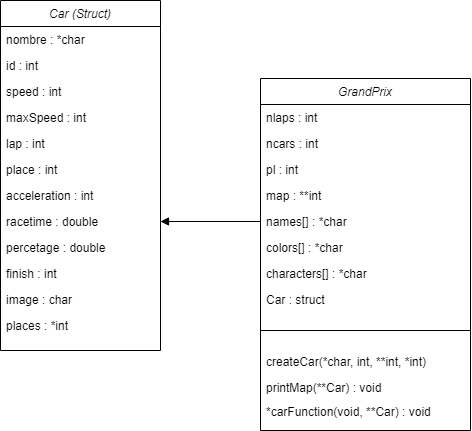
Before: UMLGrandPrix.png, a diagram exported from draw.io (TsawadaTsuna/Grand-prix). Source tidied: cells renumbered, new cells last; positions are measured from the earlier drawing's top-left corner, leaving out a move shared by most shapes. Its diagram source:
```xml
<mxGraphModel>
  <root>
    <mxCell id="0" />
    <mxCell id="1" parent="0" />
    <mxCell id="2" value="Car (Struct)" style="swimlane;fontStyle=2;align=center;verticalAlign=top;horizontal=1;startSize=26;rounded=0;shadow=0;strokeWidth=1;" parent="1" vertex="1">
      <mxGeometry width="160" height="350" as="geometry" />
    </mxCell>
    <mxCell id="3" value="nombre : *char" style="text;align=left;verticalAlign=top;spacingLeft=4;spacingRight=4;overflow=hidden;" parent="2" vertex="1">
      <mxGeometry y="26" width="160" height="26" as="geometry" />
    </mxCell>
    <mxCell id="4" value="id : int" style="text;align=left;verticalAlign=top;spacingLeft=4;spacingRight=4;overflow=hidden;" parent="2" vertex="1">
      <mxGeometry y="52" width="160" height="26" as="geometry" />
    </mxCell>
    <mxCell id="5" value="speed : int" style="text;align=left;verticalAlign=top;spacingLeft=4;spacingRight=4;overflow=hidden;" parent="2" vertex="1">
      <mxGeometry y="78" width="160" height="26" as="geometry" />
    </mxCell>
    <mxCell id="6" value="maxSpeed : int" style="text;align=left;verticalAlign=top;spacingLeft=4;spacingRight=4;overflow=hidden;" parent="2" vertex="1">
      <mxGeometry y="104" width="160" height="26" as="geometry" />
    </mxCell>
    <mxCell id="7" value="lap : int" style="text;align=left;verticalAlign=top;spacingLeft=4;spacingRight=4;overflow=hidden;" parent="2" vertex="1">
      <mxGeometry y="130" width="160" height="26" as="geometry" />
    </mxCell>
    <mxCell id="8" value="place : int" style="text;align=left;verticalAlign=top;spacingLeft=4;spacingRight=4;overflow=hidden;" parent="2" vertex="1">
      <mxGeometry y="156" width="160" height="26" as="geometry" />
    </mxCell>
    <mxCell id="9" value="acceleration : int" style="text;align=left;verticalAlign=top;spacingLeft=4;spacingRight=4;overflow=hidden;" parent="2" vertex="1">
      <mxGeometry y="182" width="160" height="26" as="geometry" />
    </mxCell>
    <mxCell id="10" value="racetime : double" style="text;align=left;verticalAlign=top;spacingLeft=4;spacingRight=4;overflow=hidden;points=[[0,0.5],[1,0.5]];portConstraint=eastwest;" parent="2" vertex="1">
      <mxGeometry y="208" width="160" height="26" as="geometry" />
    </mxCell>
    <mxCell id="11" value="percetage : double" style="text;align=left;verticalAlign=top;spacingLeft=4;spacingRight=4;overflow=hidden;" parent="2" vertex="1">
      <mxGeometry y="234" width="160" height="26" as="geometry" />
    </mxCell>
    <mxCell id="12" value="finish : int" style="text;align=left;verticalAlign=top;spacingLeft=4;spacingRight=4;overflow=hidden;" parent="2" vertex="1">
      <mxGeometry y="260" width="160" height="26" as="geometry" />
    </mxCell>
    <mxCell id="13" value="image : char" style="text;align=left;verticalAlign=top;spacingLeft=4;spacingRight=4;overflow=hidden;" parent="2" vertex="1">
      <mxGeometry y="286" width="160" height="26" as="geometry" />
    </mxCell>
    <mxCell id="14" value="places : *int" style="text;align=left;verticalAlign=top;spacingLeft=4;spacingRight=4;overflow=hidden;" parent="2" vertex="1">
      <mxGeometry y="312" width="160" height="26" as="geometry" />
    </mxCell>
    <mxCell id="15" value="GrandPrix" style="swimlane;fontStyle=2;align=center;verticalAlign=top;horizontal=1;startSize=26;rounded=0;shadow=0;strokeWidth=1;flipH=1;swimlaneLine=1;strokeColor=default;" parent="1" vertex="1">
      <mxGeometry x="260" y="78" width="210" height="352" as="geometry" />
    </mxCell>
    <mxCell id="16" value="nlaps : int" style="text;align=left;verticalAlign=top;spacingLeft=4;spacingRight=4;overflow=hidden;" parent="15" vertex="1">
      <mxGeometry y="26" width="210" height="26" as="geometry" />
    </mxCell>
    <mxCell id="17" value="ncars : int" style="text;align=left;verticalAlign=top;spacingLeft=4;spacingRight=4;overflow=hidden;rounded=0;shadow=0;html=0;" parent="15" vertex="1">
      <mxGeometry y="52" width="210" height="26" as="geometry" />
    </mxCell>
    <mxCell id="18" value="pl : int&#10;" style="text;align=left;verticalAlign=top;spacingLeft=4;spacingRight=4;overflow=hidden;rounded=0;shadow=0;html=0;" parent="15" vertex="1">
      <mxGeometry y="78" width="210" height="26" as="geometry" />
    </mxCell>
    <mxCell id="19" value="map : **int" style="text;align=left;verticalAlign=top;spacingLeft=4;spacingRight=4;overflow=hidden;rounded=0;shadow=0;html=0;" parent="15" vertex="1">
      <mxGeometry y="104" width="210" height="26" as="geometry" />
    </mxCell>
    <mxCell id="20" value="names[] : *char" style="text;align=left;verticalAlign=top;spacingLeft=4;spacingRight=4;overflow=hidden;points=[[0,0.5],[1,0.5]];portConstraint=eastwest;rounded=0;shadow=0;html=0;" parent="15" vertex="1">
      <mxGeometry y="130" width="210" height="26" as="geometry" />
    </mxCell>
    <mxCell id="21" value="colors[] : *char" style="text;align=left;verticalAlign=top;spacingLeft=4;spacingRight=4;overflow=hidden;rounded=0;shadow=0;html=0;" parent="15" vertex="1">
      <mxGeometry y="156" width="210" height="26" as="geometry" />
    </mxCell>
    <mxCell id="22" value="characters[] : *char" style="text;align=left;verticalAlign=top;spacingLeft=4;spacingRight=4;overflow=hidden;rounded=0;shadow=0;html=0;" parent="15" vertex="1">
      <mxGeometry y="182" width="210" height="26" as="geometry" />
    </mxCell>
    <mxCell id="23" value="Car : struct" style="text;align=left;verticalAlign=top;spacingLeft=4;spacingRight=4;overflow=hidden;rounded=0;shadow=0;html=0;" parent="15" vertex="1">
      <mxGeometry y="208" width="210" height="26" as="geometry" />
    </mxCell>
    <mxCell id="24" style="line;html=1;strokeWidth=1;align=left;verticalAlign=middle;spacingTop=-1;spacingLeft=3;spacingRight=3;labelPosition=right;" parent="15" vertex="1">
      <mxGeometry y="234" width="210" height="36" as="geometry" />
    </mxCell>
    <mxCell id="25" value="createCar(*char, int, **int, *int)&#10;" style="text;align=left;verticalAlign=top;spacingLeft=4;spacingRight=4;overflow=hidden;rounded=0;shadow=0;html=0;" parent="15" vertex="1">
      <mxGeometry y="270" width="210" height="26" as="geometry" />
    </mxCell>
    <mxCell id="26" value="printMap(**Car) : void" style="text;align=left;verticalAlign=top;spacingLeft=4;spacingRight=4;overflow=hidden;rounded=0;shadow=0;html=0;" parent="15" vertex="1">
      <mxGeometry y="296" width="210" height="24" as="geometry" />
    </mxCell>
    <mxCell id="27" value="*carFunction(void, **Car) : void&#10;" style="text;align=left;verticalAlign=top;spacingLeft=4;spacingRight=4;overflow=hidden;rounded=0;shadow=0;html=0;" parent="15" vertex="1">
      <mxGeometry y="320" width="210" height="24" as="geometry" />
    </mxCell>
    <mxCell id="28" style="endArrow=block;endFill=1;html=1;edgeStyle=orthogonalEdgeStyle;align=left;verticalAlign=top;rounded=0;startSize=26;entryX=1;entryY=0.5;entryDx=0;entryDy=0;exitX=0;exitY=0.5;exitDx=0;exitDy=0;strokeColor=default;" parent="1" edge="1" source="20" target="10">
      <mxGeometry x="-0.67" y="37" relative="1" as="geometry" />
    </mxCell>
  </root>
</mxGraphModel>
```
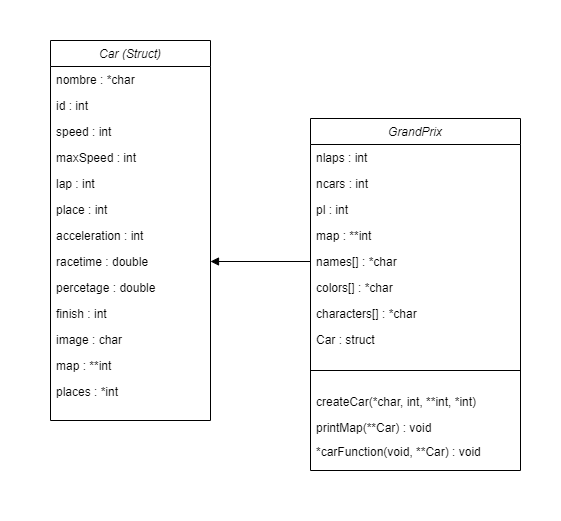
After the commit.

Diff of the diagram source:
```diff
@@ -2,8 +2,11 @@
   <root>
     <mxCell id="0" />
     <mxCell id="1" parent="0" />
+    <mxCell id="29" style="whiteSpace=wrap;html=1;fillColor=none;strokeColor=none;" parent="1" vertex="1">
+      <mxGeometry x="-50" y="-40" width="120" height="60" as="geometry" />
+    </mxCell>
     <mxCell id="2" value="Car (Struct)" style="swimlane;fontStyle=2;align=center;verticalAlign=top;horizontal=1;startSize=26;rounded=0;shadow=0;strokeWidth=1;" parent="1" vertex="1">
-      <mxGeometry width="160" height="350" as="geometry" />
+      <mxGeometry width="160" height="380" as="geometry" />
     </mxCell>
     <mxCell id="3" value="nombre : *char" style="text;align=left;verticalAlign=top;spacingLeft=4;spacingRight=4;overflow=hidden;" parent="2" vertex="1">
       <mxGeometry y="26" width="160" height="26" as="geometry" />
@@ -38,8 +41,11 @@
     <mxCell id="13" value="image : char" style="text;align=left;verticalAlign=top;spacingLeft=4;spacingRight=4;overflow=hidden;" parent="2" vertex="1">
       <mxGeometry y="286" width="160" height="26" as="geometry" />
     </mxCell>
+    <mxCell id="30" value="map : **int" style="text;align=left;verticalAlign=top;spacingLeft=4;spacingRight=4;overflow=hidden;" parent="2" vertex="1">
+      <mxGeometry y="312" width="160" height="26" as="geometry" />
+    </mxCell>
     <mxCell id="14" value="places : *int" style="text;align=left;verticalAlign=top;spacingLeft=4;spacingRight=4;overflow=hidden;" parent="2" vertex="1">
-      <mxGeometry y="312" width="160" height="26" as="geometry" />
+      <mxGeometry y="338" width="160" height="26" as="geometry" />
     </mxCell>
     <mxCell id="15" value="GrandPrix" style="swimlane;fontStyle=2;align=center;verticalAlign=top;horizontal=1;startSize=26;rounded=0;shadow=0;strokeWidth=1;flipH=1;swimlaneLine=1;strokeColor=default;" parent="1" vertex="1">
       <mxGeometry x="260" y="78" width="210" height="352" as="geometry" />
@@ -83,5 +89,8 @@
     <mxCell id="28" style="endArrow=block;endFill=1;html=1;edgeStyle=orthogonalEdgeStyle;align=left;verticalAlign=top;rounded=0;startSize=26;entryX=1;entryY=0.5;entryDx=0;entryDy=0;exitX=0;exitY=0.5;exitDx=0;exitDy=0;strokeColor=default;" parent="1" edge="1" source="20" target="10">
       <mxGeometry x="-0.67" y="37" relative="1" as="geometry" />
     </mxCell>
+    <mxCell id="31" style="whiteSpace=wrap;html=1;fillColor=none;strokeColor=none;" parent="1" vertex="1">
+      <mxGeometry x="390" y="420" width="120" height="60" as="geometry" />
+    </mxCell>
   </root>
 </mxGraphModel>
```
